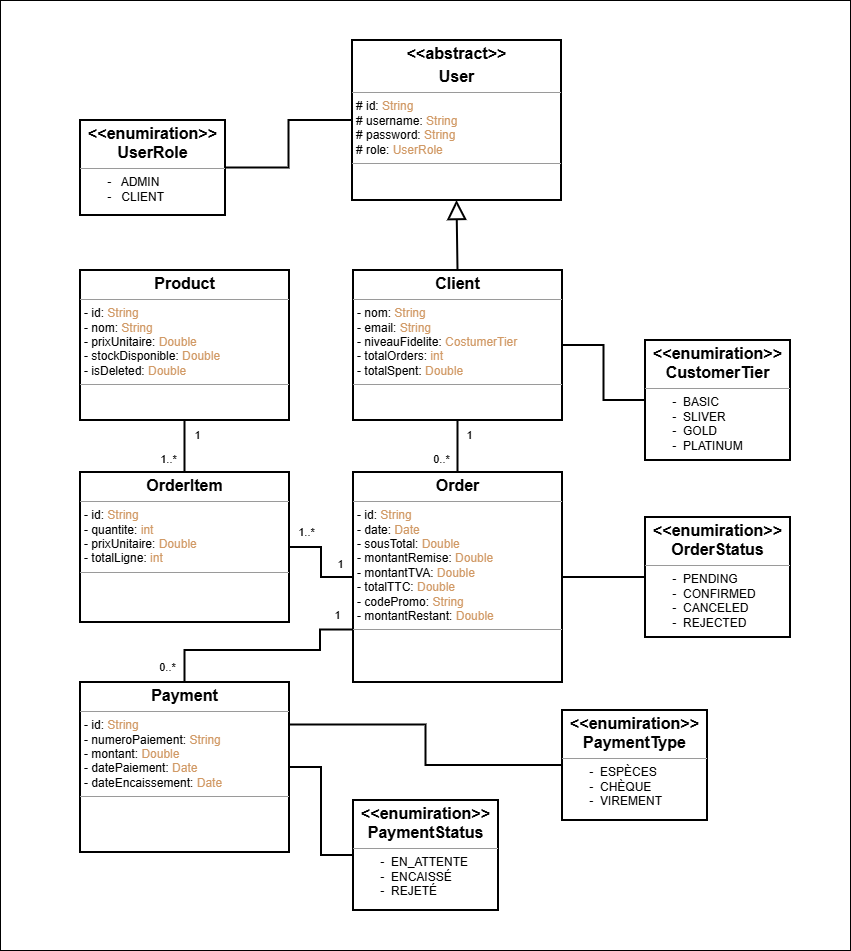
This is uml/Class.png from theshamkhi/SmartShop, a draw.io export, as it was before one commit. Source tidied: cells renumbered, new cells last; positions are measured from the earlier drawing's top-left corner, leaving out a move shared by most shapes.
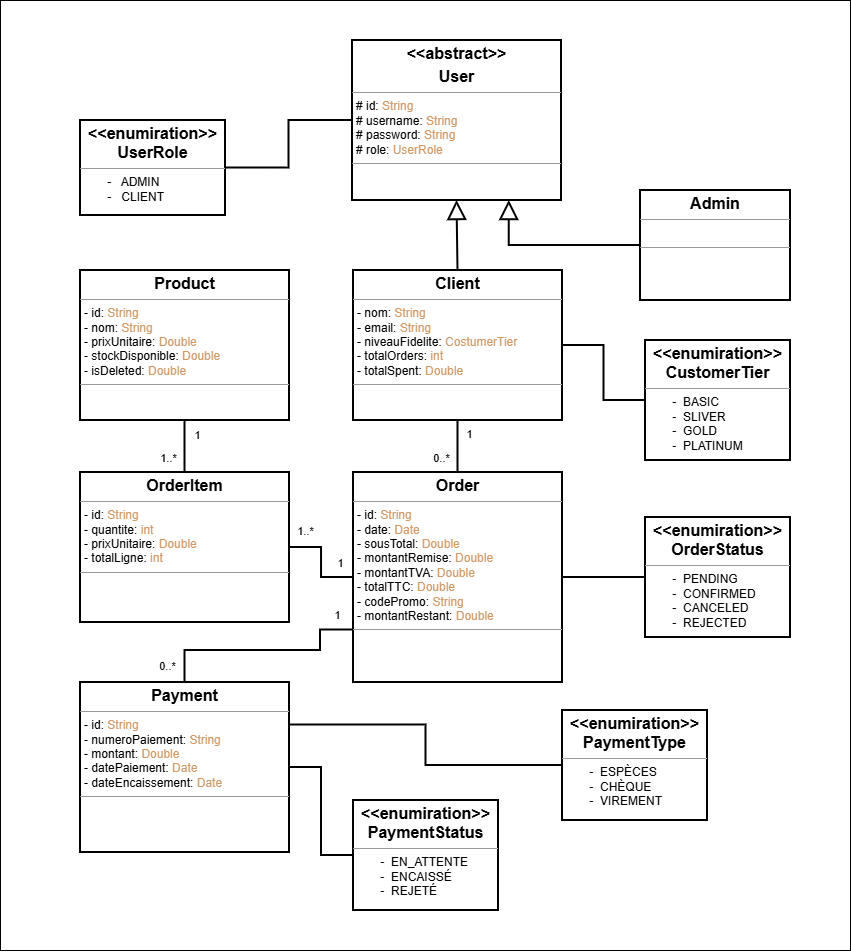
Later version of the same file.

Commit message:
Added Admin entity in UML diagram for clarification

Change to the diagram source:
```diff
@@ -129,5 +129,11 @@
         <mxPoint x="-18" y="14" as="offset" />
       </mxGeometry>
     </mxCell>
+    <mxCell id="35" value="&lt;p style=&quot;margin:0px;margin-top:4px;text-align:center;&quot;&gt;&lt;span style=&quot;background-color: transparent; color: light-dark(rgb(0, 0, 0), rgb(255, 255, 255)); font-size: 16px;&quot;&gt;&lt;b&gt;Admin&lt;/b&gt;&lt;/span&gt;&lt;/p&gt;&lt;hr size=&quot;1&quot;&gt;&lt;p style=&quot;margin: 0px 0px 0px 4px;&quot;&gt;&lt;br&gt;&lt;/p&gt;&lt;hr size=&quot;1&quot;&gt;&lt;p style=&quot;margin:0px;margin-left:4px;&quot;&gt;&lt;br&gt;&lt;/p&gt;" style="verticalAlign=top;align=left;overflow=fill;fontSize=12;fontFamily=Helvetica;html=1;rounded=0;shadow=0;comic=0;labelBackgroundColor=none;strokeWidth=2;" parent="1" vertex="1">
+      <mxGeometry x="640" y="190" width="150" height="110" as="geometry" />
+    </mxCell>
+    <mxCell id="36" style="endArrow=block;html=1;rounded=0;entryX=0.75;entryY=1;entryDx=0;entryDy=0;exitX=0;exitY=0.5;exitDx=0;exitDy=0;endFill=0;endSize=15;strokeWidth=2;edgeStyle=orthogonalEdgeStyle;" parent="1" edge="1" source="35" target="7">
+      <mxGeometry relative="1" as="geometry" />
+    </mxCell>
   </root>
 </mxGraphModel>
```
